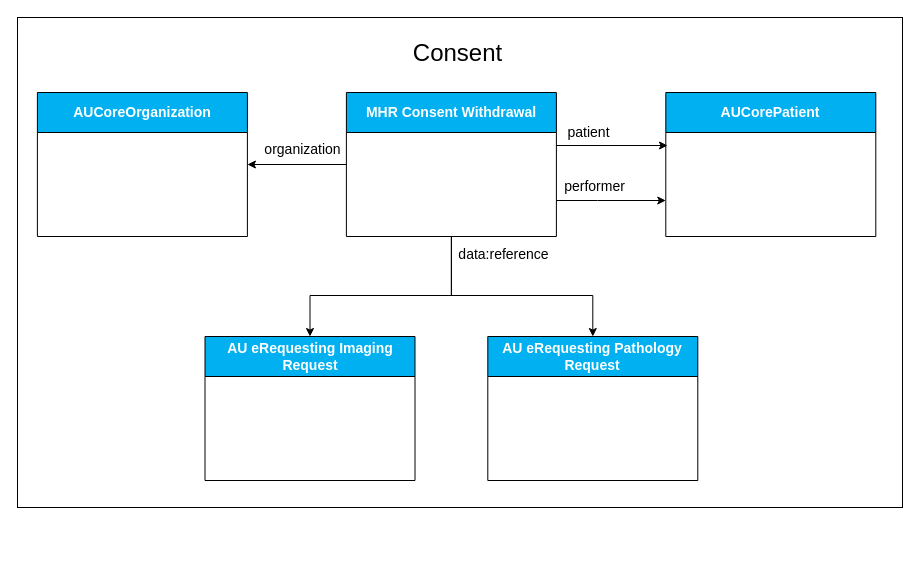
hl7au/au-fhir-erequesting keeps this draw.io diagram as page "au-erequesting-profiles-consent" (3 of 4) of input/images-source/au-erequesting-profiles.drawio. Above is the earlier version. Source tidied: cells renumbered, new cells numbered last; positions are measured from the earlier drawing's top-left corner, leaving out a move shared by most shapes. Both pictures are drawn from the tidied source at 100%, with x=0, y=0 at pixel (17, 17).
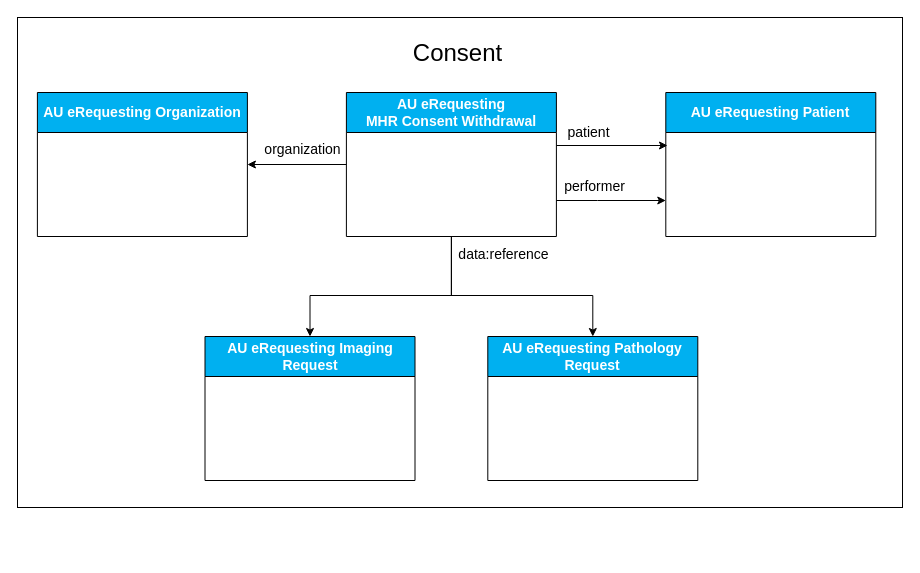
After the change.

Commit message (it also covers changes not shown here):
Updated Consent and CommunicationRequest profile diagrams to use correct profile names and reworded the intro to the AU eRequesting Profile Relationships section.

The change refers to these unchanged cells:
```xml
<mxCell id="2" style="group;" parent="1" vertex="1">
  <mxGeometry y="30" width="885" height="508" as="geometry" />
</mxCell>
```

The edit, as a diff of the source:
```diff
@@
-    <mxCell id="10" value="&lt;font style=&quot;font-size: 14px;&quot;&gt;AUCoreOrganization&lt;/font&gt;" style="swimlane;whiteSpace=wrap;html=1;fillColor=#00B0F0;fontColor=#FFFFFF;arcSize=15;startSize=40;strokeColor=default;align=center;verticalAlign=middle;fontFamily=Helvetica;fontSize=12;fontStyle=1;" parent="2" vertex="1">
+    <mxCell id="10" value="&lt;font style=&quot;font-size: 14px;&quot;&gt;AU eRequesting Organization&lt;/font&gt;" style="swimlane;whiteSpace=wrap;html=1;fillColor=#00B0F0;fontColor=#FFFFFF;arcSize=15;startSize=40;strokeColor=default;align=center;verticalAlign=middle;fontFamily=Helvetica;fontSize=12;fontStyle=1;" parent="2" vertex="1">
       <mxGeometry x="19.9" y="45" width="210" height="144" as="geometry" />
     </mxCell>
-    <mxCell id="11" value="&lt;font style=&quot;font-size: 14px;&quot;&gt;AUCorePatient&lt;/font&gt;" style="swimlane;whiteSpace=wrap;html=1;fillColor=#00B0F0;fontColor=#FFFFFF;startSize=40;strokeColor=default;align=center;verticalAlign=middle;fontFamily=Helvetica;fontSize=12;fontStyle=1;" parent="2" vertex="1">
+    <mxCell id="11" value="&lt;font style=&quot;font-size: 14px;&quot;&gt;AU eRequesting Patient&lt;/font&gt;" style="swimlane;whiteSpace=wrap;html=1;fillColor=#00B0F0;fontColor=#FFFFFF;startSize=40;strokeColor=default;align=center;verticalAlign=middle;fontFamily=Helvetica;fontSize=12;fontStyle=1;" parent="2" vertex="1">
       <mxGeometry x="648.3" y="45" width="210" height="144" as="geometry" />
     </mxCell>
-    <mxCell id="12" value="&lt;font style=&quot;font-size: 14px;&quot;&gt;MHR Consent Withdrawal&lt;/font&gt;" style="swimlane;whiteSpace=wrap;html=1;fillColor=#00B0F0;fontColor=#FFFFFF;startSize=40;verticalAlign=middle;" parent="2" vertex="1">
+    <mxCell id="12" value="&lt;font style=&quot;font-size: 14px;&quot;&gt;AU eRequesting &lt;br&gt;MHR Consent Withdrawal&lt;/font&gt;" style="swimlane;whiteSpace=wrap;html=1;fillColor=#00B0F0;fontColor=#FFFFFF;startSize=40;verticalAlign=middle;" parent="2" vertex="1">
       <mxGeometry x="328.9" y="45" width="210" height="144" as="geometry" />
     </mxCell>
```
